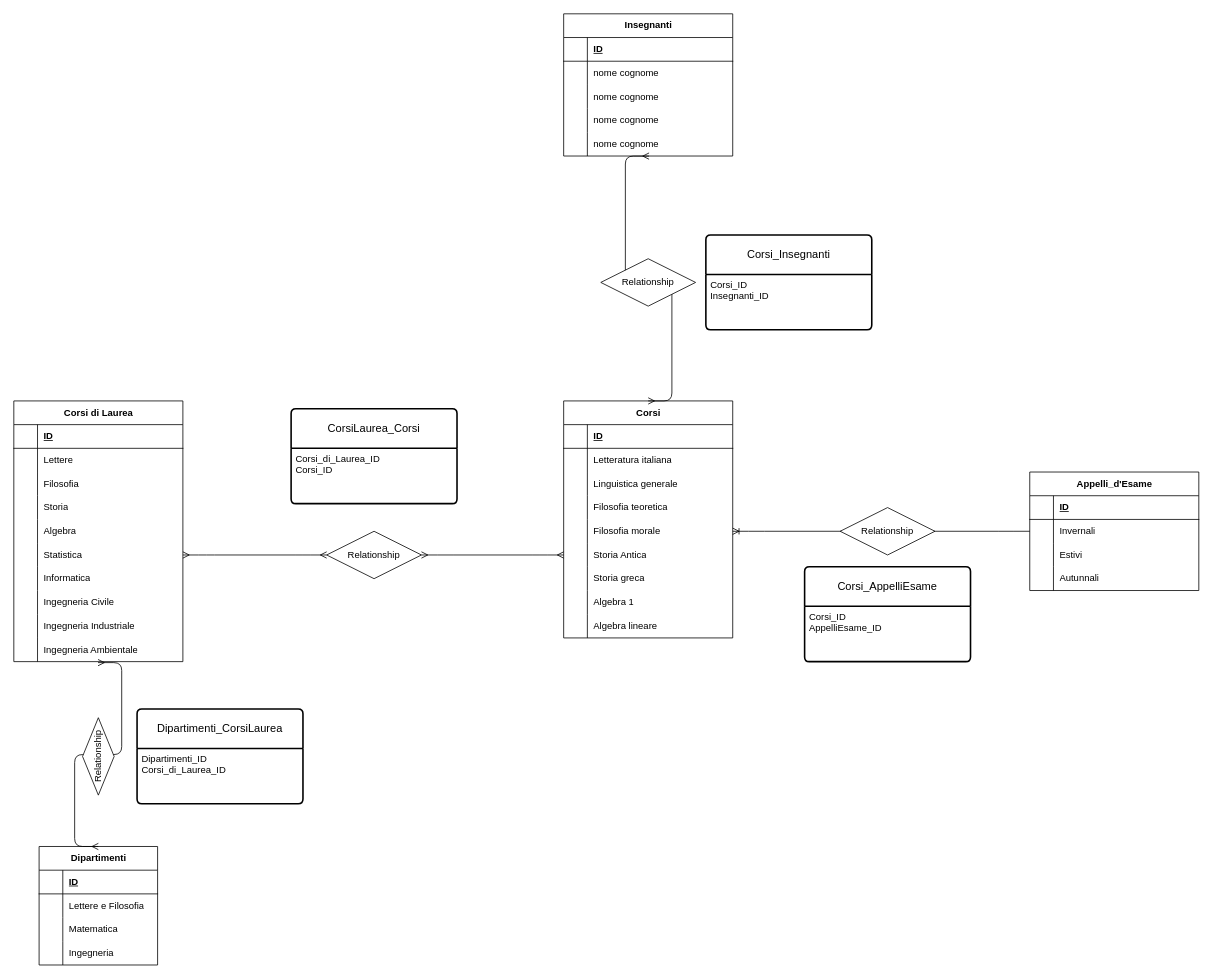
The draw.io diagram diagram.drawio in diegotosato/db-university, before the edit. Source tidied: cells renumbered, new cells numbered last; positions are measured from the earlier drawing's top-left corner, leaving out a move shared by most shapes. Both pictures are drawn from the tidied source at 79%, with x=0, y=0 at pixel (13, 13).
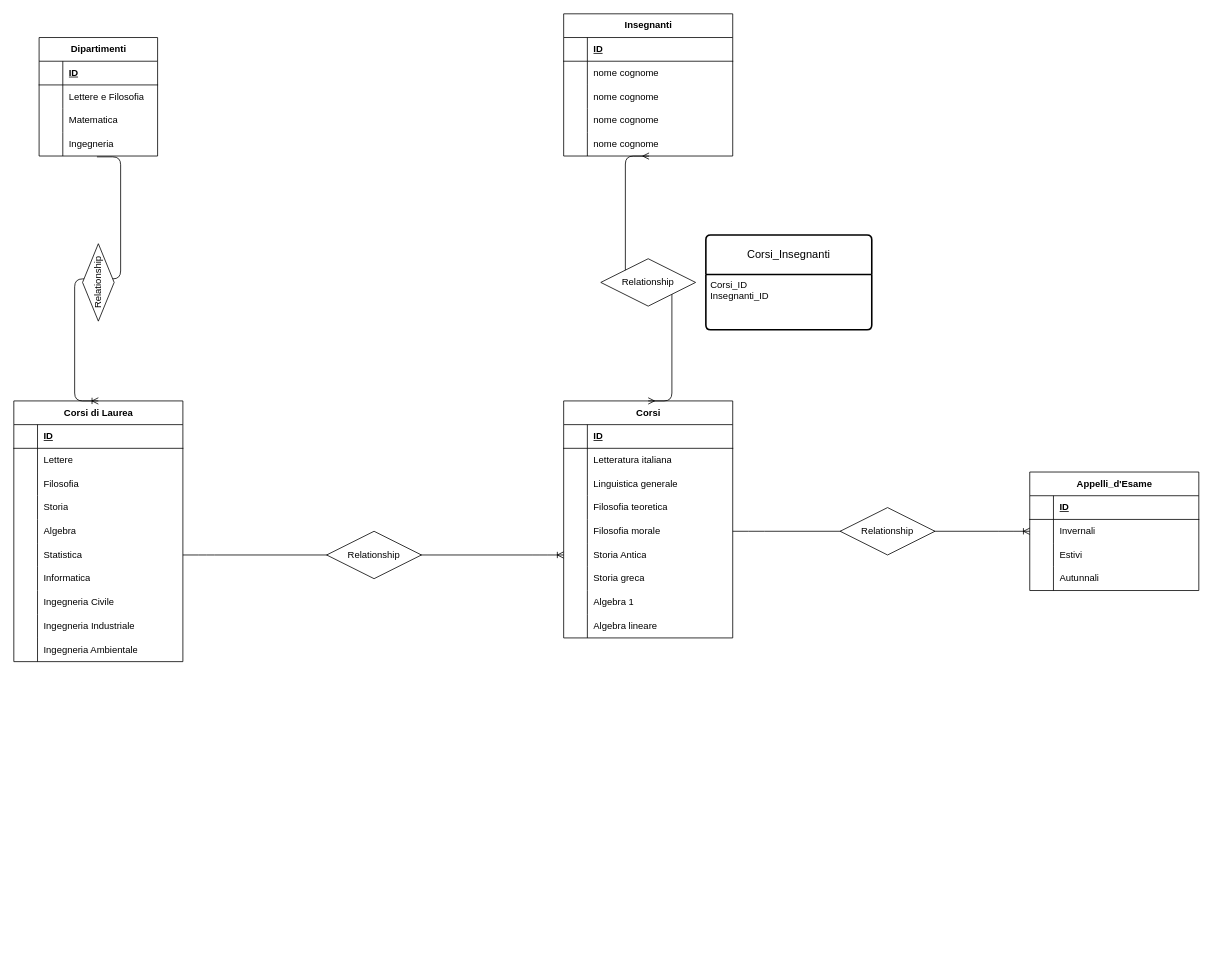
The same diagram, later.

Commit message:
Update diagram to adjust dimensions and refine relationships between entities

The change refers to these unchanged cells:
```xml
<mxCell id="12" style="shape=tableRow;horizontal=0;startSize=0;swimlaneHead=0;swimlaneBody=0;fillColor=none;points=[[0,0.5],[1,0.5]];portConstraint=eastwest;top=0;left=0;right=0;bottom=0;" parent="2" vertex="1">
  <mxGeometry y="120" width="150" height="30" as="geometry" />
</mxCell>
<mxCell id="15" value="Corsi di Laurea" style="shape=table;startSize=30;childLayout=tableLayout;rowLines=0;fontStyle=1;align=center;html=1;" parent="1" vertex="1">
  <mxGeometry y="490" width="214" height="330" as="geometry" />
</mxCell>
<mxCell id="31" style="shape=tableRow;horizontal=0;startSize=0;swimlaneHead=0;swimlaneBody=0;fillColor=none;points=[[0,0.5],[1,0.5]];portConstraint=eastwest;top=0;left=0;right=0;bottom=0;" parent="15" vertex="1">
  <mxGeometry y="180" width="214" height="30" as="geometry" />
</mxCell>
<mxCell id="43" style="shape=tableRow;horizontal=0;startSize=0;swimlaneHead=0;swimlaneBody=0;fillColor=none;points=[[0,0.5],[1,0.5]];portConstraint=eastwest;top=0;left=0;right=0;bottom=0;" parent="15" vertex="1">
  <mxGeometry y="300" width="214" height="30" as="geometry" />
</mxCell>
<mxCell id="62" style="shape=tableRow;horizontal=0;startSize=0;swimlaneHead=0;swimlaneBody=0;fillColor=none;points=[[0,0.5],[1,0.5]];portConstraint=eastwest;top=0;left=0;right=0;bottom=0;" parent="49" vertex="1">
  <mxGeometry y="150" width="214" height="30" as="geometry" />
</mxCell>
<mxCell id="65" style="shape=tableRow;horizontal=0;startSize=0;swimlaneHead=0;swimlaneBody=0;fillColor=none;points=[[0,0.5],[1,0.5]];portConstraint=eastwest;top=0;left=0;right=0;bottom=0;" parent="49" vertex="1">
  <mxGeometry y="180" width="214" height="30" as="geometry" />
</mxCell>
<mxCell id="107" style="shape=tableRow;horizontal=0;startSize=0;swimlaneHead=0;swimlaneBody=0;fillColor=none;points=[[0,0.5],[1,0.5]];portConstraint=eastwest;top=0;left=0;right=0;bottom=0;" parent="103" vertex="1">
  <mxGeometry y="60" width="214" height="30" as="geometry" />
</mxCell>
```

Diff of the diagram source:
```diff
@@
     <mxCell id="2" value="Dipartimenti" style="shape=table;startSize=30;childLayout=tableLayout;rowLines=0;fontStyle=1;align=center;html=1;" parent="1" vertex="1">
-      <mxGeometry x="32" y="1054" width="150" height="150" as="geometry" />
+      <mxGeometry x="32" y="30" width="150" height="150" as="geometry" />
     </mxCell>
@@
-    <mxCell id="46" style="edgeStyle=entityRelationEdgeStyle;fontSize=12;html=1;endArrow=ERmany;startArrow=ERmany;exitX=0.5;exitY=0;exitDx=0;exitDy=0;entryX=0.498;entryY=1.042;entryDx=0;entryDy=0;entryPerimeter=0;" parent="1" edge="1" source="2" target="43">
-      <mxGeometry relative="1" as="geometry" />
-    </mxCell>
-    <mxCell id="47" value="Dipartimenti_CorsiLaurea" style="swimlane;horizontal=1;startSize=50;rounded=1;fontSize=14;fontStyle=0;strokeWidth=2;shadow=0;dashed=0;align=center;arcSize=4;whiteSpace=wrap;html=1;" parent="1" vertex="1">
-      <mxGeometry x="156" y="880" width="210" height="120" as="geometry" />
-    </mxCell>
-    <mxCell id="48" value="Dipartimenti_ID&lt;br&gt;Corsi_di_Laurea_ID&lt;div&gt;&lt;br/&gt;&lt;/div&gt;" style="align=left;strokeColor=none;fillColor=none;spacingLeft=4;fontSize=12;verticalAlign=top;html=1;" parent="47" vertex="1">
-      <mxGeometry y="50" width="210" height="70" as="geometry" />
-    </mxCell>
@@
-    <mxCell id="77" style="edgeStyle=entityRelationEdgeStyle;fontSize=12;html=1;endArrow=ERmany;startArrow=ERmany;exitX=1;exitY=0.5;exitDx=0;exitDy=0;entryX=0;entryY=0.5;entryDx=0;entryDy=0;" parent="1" edge="1" source="79" target="65">
-      <mxGeometry relative="1" as="geometry" />
-    </mxCell>
-    <mxCell id="78" style="edgeStyle=entityRelationEdgeStyle;fontSize=12;html=1;endArrow=ERmany;startArrow=ERmany;exitX=1;exitY=0.5;exitDx=0;exitDy=0;entryX=0;entryY=0.5;entryDx=0;entryDy=0;" parent="1" edge="1" source="31" target="79">
-      <mxGeometry relative="1" as="geometry" />
-    </mxCell>
-    <mxCell id="79" value="Relationship" style="shape=rhombus;perimeter=rhombusPerimeter;whiteSpace=wrap;html=1;align=center;" parent="1" vertex="1">
-      <mxGeometry x="396" y="655" width="120" height="60" as="geometry" />
-    </mxCell>
-    <mxCell id="80" value="CorsiLaurea_Corsi" style="swimlane;horizontal=1;startSize=50;rounded=1;fontSize=14;fontStyle=0;strokeWidth=2;shadow=0;dashed=0;align=center;arcSize=4;whiteSpace=wrap;html=1;" parent="1" vertex="1">
-      <mxGeometry x="351" y="500" width="210" height="120" as="geometry" />
-    </mxCell>
-    <mxCell id="81" value="Corsi_di_Laurea_ID&lt;br&gt;Corsi_ID" style="align=left;strokeColor=none;fillColor=none;spacingLeft=4;fontSize=12;verticalAlign=top;html=1;" parent="80" vertex="1">
-      <mxGeometry y="50" width="210" height="70" as="geometry" />
-    </mxCell>
@@
-    <mxCell id="102" value="Relationship" style="shape=rhombus;perimeter=rhombusPerimeter;whiteSpace=wrap;html=1;align=center;rotation=-90;" parent="1" vertex="1">
-      <mxGeometry x="58" y="920" width="98" height="40" as="geometry" />
-    </mxCell>
@@
-    <mxCell id="116" value="Corsi_AppelliEsame" style="swimlane;horizontal=1;startSize=50;rounded=1;fontSize=14;fontStyle=0;strokeWidth=2;shadow=0;dashed=0;align=center;arcSize=4;whiteSpace=wrap;html=1;" parent="1" vertex="1">
-      <mxGeometry x="1001" y="700" width="210" height="120" as="geometry" />
-    </mxCell>
-    <mxCell id="117" value="Corsi_ID&lt;br&gt;AppelliEsame_ID" style="align=left;strokeColor=none;fillColor=none;spacingLeft=4;fontSize=12;verticalAlign=top;html=1;" parent="116" vertex="1">
-      <mxGeometry y="50" width="210" height="70" as="geometry" />
-    </mxCell>
-    <mxCell id="118" style="edgeStyle=entityRelationEdgeStyle;fontSize=12;html=1;endArrow=ERoneToMany;exitX=0;exitY=0.5;exitDx=0;exitDy=0;entryX=1;entryY=0.5;entryDx=0;entryDy=0;" parent="1" edge="1" source="107" target="62">
-      <mxGeometry relative="1" as="geometry" />
-    </mxCell>
+    <mxCell id="120" style="edgeStyle=entityRelationEdgeStyle;fontSize=12;html=1;endArrow=ERoneToMany;entryX=0.5;entryY=0;entryDx=0;entryDy=0;exitX=0.488;exitY=1.035;exitDx=0;exitDy=0;exitPerimeter=0;" parent="1" edge="1" source="12" target="15">
+      <mxGeometry relative="1" as="geometry" />
+    </mxCell>
+    <mxCell id="102" value="Relationship" style="shape=rhombus;perimeter=rhombusPerimeter;whiteSpace=wrap;html=1;align=center;rotation=-90;" parent="1" vertex="1">
+      <mxGeometry x="58" y="320" width="98" height="40" as="geometry" />
+    </mxCell>
+    <mxCell id="121" style="edgeStyle=entityRelationEdgeStyle;fontSize=12;html=1;endArrow=ERoneToMany;exitX=1;exitY=0.5;exitDx=0;exitDy=0;entryX=0;entryY=0.5;entryDx=0;entryDy=0;" parent="1" edge="1" source="31" target="65">
+      <mxGeometry relative="1" as="geometry" />
+    </mxCell>
+    <mxCell id="79" value="Relationship" style="shape=rhombus;perimeter=rhombusPerimeter;whiteSpace=wrap;html=1;align=center;" parent="1" vertex="1">
+      <mxGeometry x="396" y="655" width="120" height="60" as="geometry" />
+    </mxCell>
+    <mxCell id="122" style="edgeStyle=entityRelationEdgeStyle;fontSize=12;html=1;endArrow=ERoneToMany;exitX=1;exitY=0.5;exitDx=0;exitDy=0;entryX=0;entryY=0.5;entryDx=0;entryDy=0;" parent="1" edge="1" source="62" target="107">
+      <mxGeometry relative="1" as="geometry" />
+    </mxCell>
```
